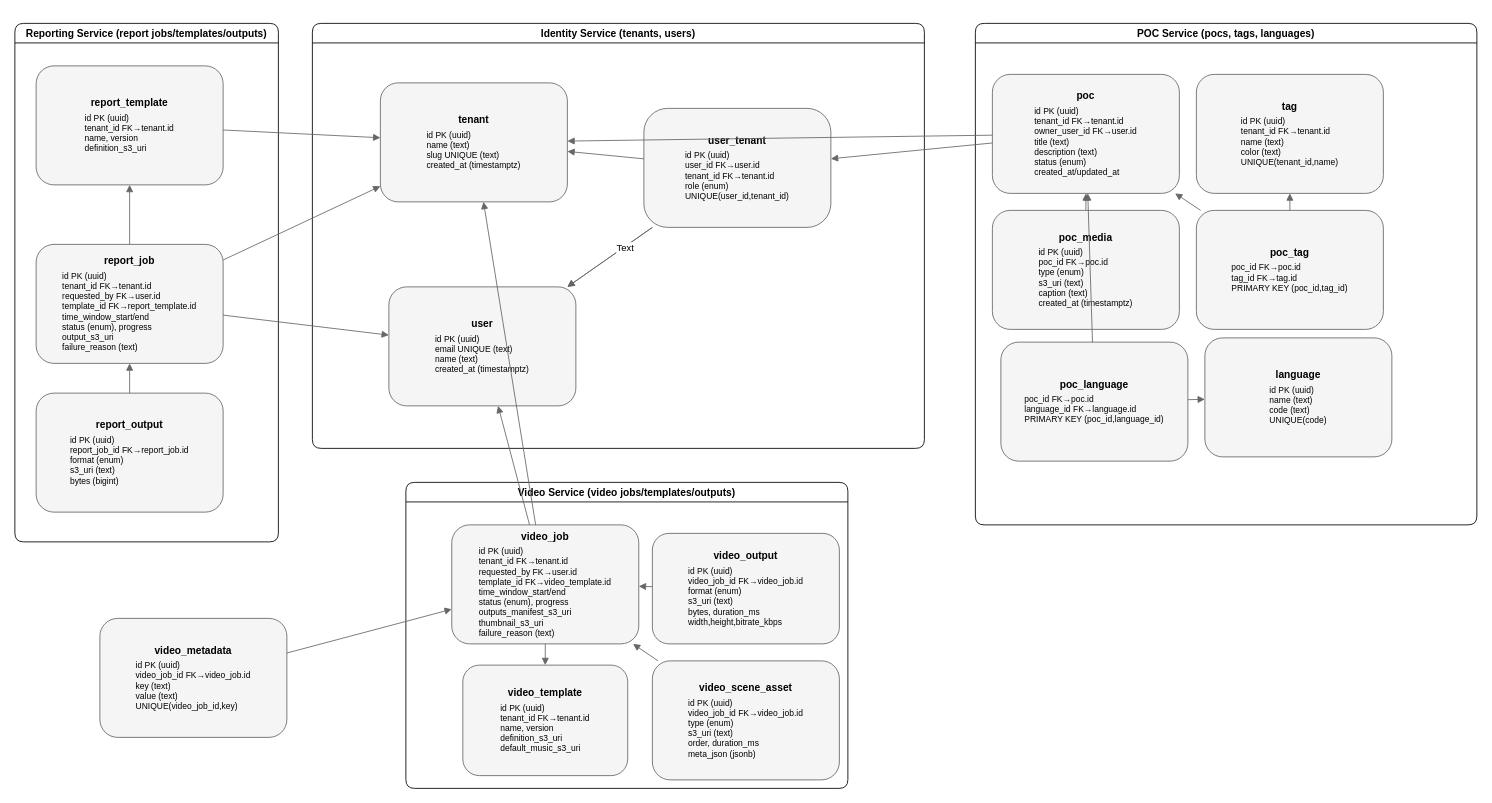
Above: architecture/poc-tracker/er-microservices.drawio in codegik/team-red (draw.io), before the change. Source tidied: cells renumbered, new cells numbered last; positions are measured from the earlier drawing's top-left corner, leaving out a move shared by most shapes. Both pictures are drawn from the tidied source at 85%, with x=0, y=0 at pixel (14, 23).
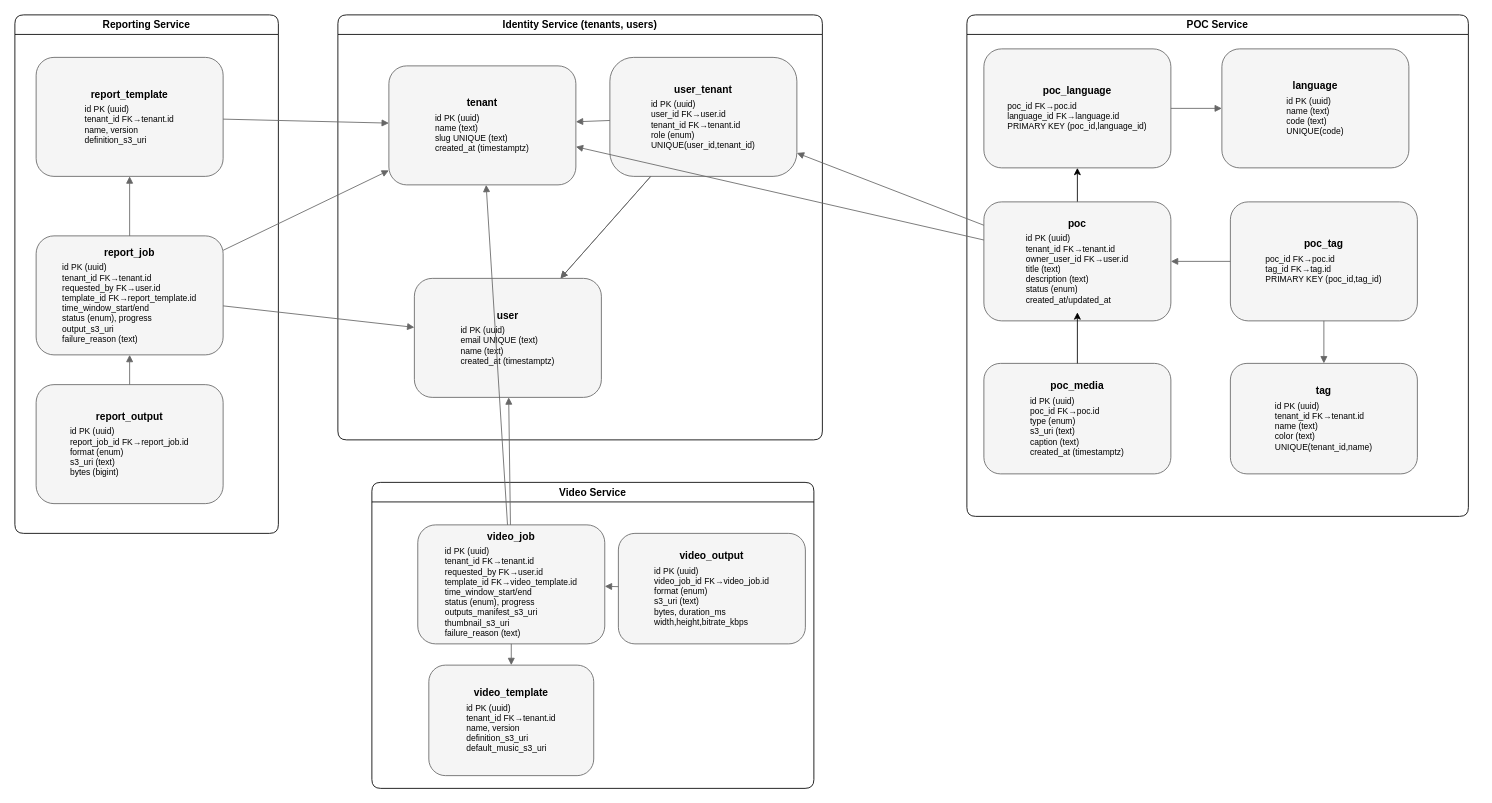
The same page after the edit.

Commit message (it also covers changes not shown here):
fixing uml and adding more description to each services, changing video architeture

Unchanged cells that the change refers to:
```xml
<mxCell id="8" style="endArrow=block;rounded=0;strokeColor=#666;" parent="2" edge="1" source="5" target="4">
  <mxGeometry relative="1" as="geometry" />
</mxCell>
<mxCell id="20" value="&lt;b&gt;video_job&lt;/b&gt;&lt;br/&gt;&lt;div style='font-size:10px;text-align:left;padding-top:4px'&gt;id PK (uuid)&lt;br/&gt;tenant_id FK→tenant.id&lt;br/&gt;requested_by FK→user.id&lt;br/&gt;template_id FK→video_template.id&lt;br/&gt;time_window_start/end&lt;br/&gt;status (enum), progress&lt;br/&gt;outputs_manifest_s3_uri&lt;br/&gt;thumbnail_s3_uri&lt;br/&gt;failure_reason (text)&lt;/div&gt;" style="rounded=1;whiteSpace=wrap;html=1;strokeColor=#666;fillColor=#f5f5f5;" parent="18" vertex="1">
  <mxGeometry x="54" y="50" width="220" height="140" as="geometry" />
</mxCell>
```

What changed in the source:
```diff
@@
     <mxCell id="2" value="Identity Service (tenants, users)" style="swimlane;rounded=1;fontSize=12;" parent="1" vertex="1">
-      <mxGeometry x="350" width="720" height="500" as="geometry" />
+      <mxGeometry x="380" y="-10" width="570" height="500" as="geometry" />
     </mxCell>
     <mxCell id="3" value="&lt;b&gt;tenant&lt;/b&gt;&lt;br/&gt;&lt;div style='font-size:10px;text-align:left;padding-top:4px'&gt;id PK (uuid)&lt;br/&gt;name (text)&lt;br/&gt;slug UNIQUE (text)&lt;br/&gt;created_at (timestamptz)&lt;/div&gt;" style="rounded=1;whiteSpace=wrap;html=1;strokeColor=#666;fillColor=#f5f5f5;" parent="2" vertex="1">
-      <mxGeometry x="80" y="70" width="220" height="140" as="geometry" />
+      <mxGeometry x="60" y="60" width="220" height="140" as="geometry" />
     </mxCell>
@@
     <mxCell id="5" value="&lt;b&gt;user_tenant&lt;/b&gt;&lt;br/&gt;&lt;div style='font-size:10px;text-align:left;padding-top:4px'&gt;id PK (uuid)&lt;br/&gt;user_id FK→user.id&lt;br/&gt;tenant_id FK→tenant.id&lt;br/&gt;role (enum)&lt;br/&gt;UNIQUE(user_id,tenant_id)&lt;/div&gt;" style="rounded=1;whiteSpace=wrap;html=1;strokeColor=#666;fillColor=#f5f5f5;arcSize=20;" parent="2" vertex="1">
-      <mxGeometry x="390" y="100" width="220" height="140" as="geometry" />
+      <mxGeometry x="320" y="50" width="220" height="140" as="geometry" />
     </mxCell>
@@
-    <mxCell id="9" value="Text" style="edgeLabel;html=1;align=center;verticalAlign=middle;" parent="8" vertex="1">
-      <mxGeometry x="-0.34" relative="1" as="geometry">
-        <mxPoint y="1" as="offset" />
-      </mxGeometry>
-    </mxCell>
-    <mxCell id="10" value="POC Service (pocs, tags, languages)" style="swimlane;rounded=1;fontSize=12;" parent="1" vertex="1">
-      <mxGeometry x="1130" width="590" height="590" as="geometry" />
+    <mxCell id="10" value="POC Service" style="swimlane;rounded=1;fontSize=12;" parent="1" vertex="1">
+      <mxGeometry x="1120" y="-10" width="590" height="590" as="geometry" />
     </mxCell>
+    <mxCell id="45" style="edgeStyle=none;html=1;" parent="10" edge="1" source="11" target="14">
+      <mxGeometry relative="1" as="geometry" />
+    </mxCell>
     <mxCell id="11" value="&lt;b&gt;poc&lt;/b&gt;&lt;br/&gt;&lt;div style='font-size:10px;text-align:left;padding-top:4px'&gt;id PK (uuid)&lt;br/&gt;tenant_id FK→tenant.id&lt;br/&gt;owner_user_id FK→user.id&lt;br/&gt;title (text)&lt;br/&gt;description (text)&lt;br/&gt;status (enum)&lt;br/&gt;created_at/updated_at&lt;/div&gt;" style="rounded=1;whiteSpace=wrap;html=1;strokeColor=#666;fillColor=#f5f5f5;" parent="10" vertex="1">
-      <mxGeometry x="20" y="60" width="220" height="140" as="geometry" />
+      <mxGeometry x="20" y="220" width="220" height="140" as="geometry" />
     </mxCell>
     <mxCell id="12" value="&lt;b&gt;tag&lt;/b&gt;&lt;br/&gt;&lt;div style='font-size:10px;text-align:left;padding-top:4px'&gt;id PK (uuid)&lt;br/&gt;tenant_id FK→tenant.id&lt;br/&gt;name (text)&lt;br/&gt;color (text)&lt;br/&gt;UNIQUE(tenant_id,name)&lt;/div&gt;" style="rounded=1;whiteSpace=wrap;html=1;strokeColor=#666;fillColor=#f5f5f5;" parent="10" vertex="1">
-      <mxGeometry x="260" y="60" width="220" height="140" as="geometry" />
+      <mxGeometry x="310" y="410" width="220" height="130" as="geometry" />
     </mxCell>
     <mxCell id="13" value="&lt;b&gt;poc_tag&lt;/b&gt;&lt;br/&gt;&lt;div style='font-size:10px;text-align:left;padding-top:4px'&gt;poc_id FK→poc.id&lt;br/&gt;tag_id FK→tag.id&lt;br/&gt;PRIMARY KEY (poc_id,tag_id)&lt;/div&gt;" style="rounded=1;whiteSpace=wrap;html=1;strokeColor=#666;fillColor=#f5f5f5;" parent="10" vertex="1">
-      <mxGeometry x="260" y="220" width="220" height="140" as="geometry" />
+      <mxGeometry x="310" y="220" width="220" height="140" as="geometry" />
     </mxCell>
     <mxCell id="14" value="&lt;b&gt;poc_language&lt;/b&gt;&lt;br/&gt;&lt;div style='font-size:10px;text-align:left;padding-top:4px'&gt;poc_id FK→poc.id&lt;br/&gt;language_id FK→language.id&lt;br/&gt;PRIMARY KEY (poc_id,language_id)&lt;/div&gt;" style="rounded=1;whiteSpace=wrap;html=1;strokeColor=#666;fillColor=#f5f5f5;" parent="10" vertex="1">
-      <mxGeometry x="30" y="375" width="220" height="140" as="geometry" />
+      <mxGeometry x="20" y="40" width="220" height="140" as="geometry" />
     </mxCell>
     <mxCell id="15" value="&lt;b&gt;poc_media&lt;/b&gt;&lt;br/&gt;&lt;div style='font-size:10px;text-align:left;padding-top:4px'&gt;id PK (uuid)&lt;br/&gt;poc_id FK→poc.id&lt;br/&gt;type (enum)&lt;br/&gt;s3_uri (text)&lt;br/&gt;caption (text)&lt;br/&gt;created_at (timestamptz)&lt;/div&gt;" style="rounded=1;whiteSpace=wrap;html=1;strokeColor=#666;fillColor=#f5f5f5;" parent="10" vertex="1">
-      <mxGeometry x="20" y="220" width="220" height="140" as="geometry" />
+      <mxGeometry x="20" y="410" width="220" height="130" as="geometry" />
     </mxCell>
     <mxCell id="16" value="&lt;b&gt;language&lt;/b&gt;&lt;br/&gt;&lt;div style='font-size:10px;text-align:left;padding-top:4px'&gt;id PK (uuid)&lt;br/&gt;name (text)&lt;br/&gt;code (text)&lt;br/&gt;UNIQUE(code)&lt;/div&gt;" style="rounded=1;whiteSpace=wrap;html=1;strokeColor=#666;fillColor=#f5f5f5;" parent="10" vertex="1">
-      <mxGeometry x="270" y="370" width="220" height="140" as="geometry" />
+      <mxGeometry x="300" y="40" width="220" height="140" as="geometry" />
     </mxCell>
@@
+    <mxCell id="46" style="edgeStyle=none;html=1;" parent="10" edge="1" source="15">
+      <mxGeometry relative="1" as="geometry">
+        <mxPoint x="130" y="350" as="targetPoint" />
+      </mxGeometry>
+    </mxCell>
-    <mxCell id="18" value="Video Service (video jobs/templates/outputs)" style="swimlane;rounded=1;fontSize=12;" parent="1" vertex="1">
-      <mxGeometry x="460" y="540" width="520" height="360" as="geometry" />
+    <mxCell id="18" value="Video Service" style="swimlane;rounded=1;fontSize=12;" parent="1" vertex="1">
+      <mxGeometry x="420" y="540" width="520" height="360" as="geometry" />
     </mxCell>
@@
-    <mxCell id="21" value="&lt;b&gt;video_scene_asset&lt;/b&gt;&lt;br/&gt;&lt;div style='font-size:10px;text-align:left;padding-top:4px'&gt;id PK (uuid)&lt;br/&gt;video_job_id FK→video_job.id&lt;br/&gt;type (enum)&lt;br/&gt;s3_uri (text)&lt;br/&gt;order, duration_ms&lt;br/&gt;meta_json (jsonb)&lt;/div&gt;" style="rounded=1;whiteSpace=wrap;html=1;strokeColor=#666;fillColor=#f5f5f5;" parent="18" vertex="1">
-      <mxGeometry x="290" y="210" width="220" height="140" as="geometry" />
-    </mxCell>
@@
-    <mxCell id="23" value="Reporting Service (report jobs/templates/outputs)" style="swimlane;rounded=1;fontSize=12;" parent="1" vertex="1">
-      <mxGeometry width="310" height="610" as="geometry" />
+    <mxCell id="23" value="Reporting Service" style="swimlane;rounded=1;fontSize=12;" parent="1" vertex="1">
+      <mxGeometry y="-10" width="310" height="610" as="geometry" />
     </mxCell>
@@
-    <mxCell id="32" style="endArrow=block;rounded=0;strokeColor=#666;" parent="1" edge="1" source="14" target="11">
-      <mxGeometry relative="1" as="geometry" />
-    </mxCell>
-    <mxCell id="33" style="endArrow=block;rounded=0;strokeColor=#666;" parent="1" edge="1" source="15" target="11">
-      <mxGeometry relative="1" as="geometry" />
-    </mxCell>
@@
-    <mxCell id="37" style="endArrow=block;rounded=0;strokeColor=#666;" parent="1" edge="1" source="21" target="20">
-      <mxGeometry relative="1" as="geometry" />
-    </mxCell>
@@
-    <mxCell id="39" style="endArrow=block;rounded=0;strokeColor=#666;" parent="1" edge="1" source="44" target="20">
-      <mxGeometry relative="1" as="geometry" />
-    </mxCell>
@@
-    <mxCell id="44" value="&lt;b&gt;video_metadata&lt;/b&gt;&lt;br/&gt;&lt;div style='font-size:10px;text-align:left;padding-top:4px'&gt;id PK (uuid)&lt;br/&gt;video_job_id FK→video_job.id&lt;br/&gt;key (text)&lt;br/&gt;value (text)&lt;br/&gt;UNIQUE(video_job_id,key)&lt;/div&gt;" style="rounded=1;whiteSpace=wrap;html=1;strokeColor=#666;fillColor=#f5f5f5;" parent="1" vertex="1">
-      <mxGeometry x="100" y="700" width="220" height="140" as="geometry" />
-    </mxCell>
```
